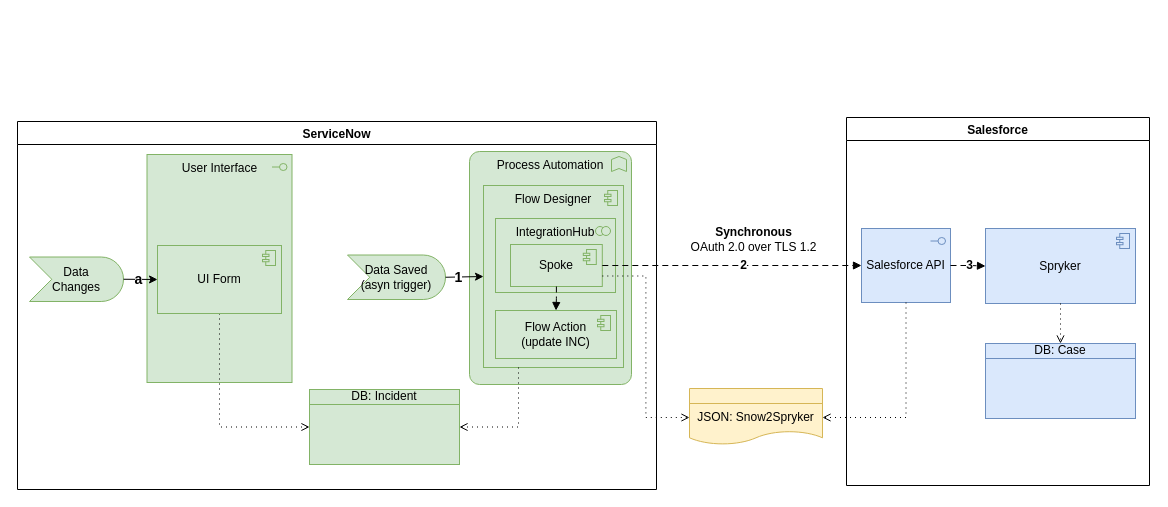
Before: page "CreateCase" (1 of 3) of SNowSprykerRequest.drawio in algimas/tmp, a draw.io diagram. Source tidied: cells renumbered, new cells numbered last; positions are measured from the earlier drawing's top-left corner, leaving out a move shared by most shapes. Both pictures are drawn from the tidied source at 100%, with x=0, y=0 at pixel (17, 117).
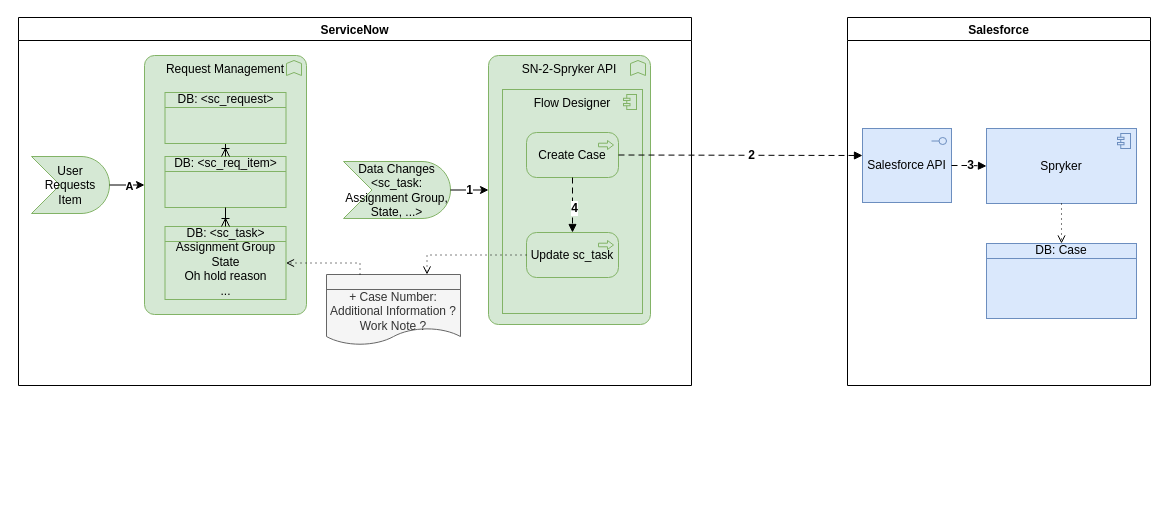
Above is the later version.

The change refers to these unchanged cells:
```xml
<mxCell id="4" value="Salesforce API" style="html=1;outlineConnect=0;whiteSpace=wrap;fillColor=#dae8fc;shape=mxgraph.archimate3.application;appType=interface;archiType=square;strokeColor=#6c8ebf;" parent="2" vertex="1">
  <mxGeometry x="15" y="111" width="89" height="74" as="geometry" />
</mxCell>
```

Diff of the diagram source:
```diff
@@
     <mxCell id="2" value="Salesforce" style="swimlane;" parent="1" vertex="1">
-      <mxGeometry x="829" width="303" height="368" as="geometry" />
+      <mxGeometry x="830" y="-100" width="303" height="368" as="geometry" />
     </mxCell>
@@
     <mxCell id="9" value="ServiceNow" style="swimlane;" parent="1" vertex="1">
-      <mxGeometry y="4" width="639" height="368" as="geometry" />
+      <mxGeometry x="1" y="-100" width="673" height="368" as="geometry" />
     </mxCell>
-    <mxCell id="10" value="DB: Incident" style="html=1;outlineConnect=0;whiteSpace=wrap;fillColor=#d5e8d4;shape=mxgraph.archimate3.businessObject;overflow=fill;strokeColor=#82b366;" parent="9" vertex="1">
-      <mxGeometry x="292" y="268" width="150" height="75" as="geometry" />
-    </mxCell>
-    <mxCell id="11" value="User Interface" style="html=1;whiteSpace=wrap;fillColor=#d5e8d4;shape=mxgraph.archimate3.application;appType=interface;archiType=square;strokeColor=#82b366;verticalAlign=top;" parent="9" vertex="1">
-      <mxGeometry x="129.5" y="33" width="145" height="228" as="geometry" />
-    </mxCell>
-    <mxCell id="12" value="&lt;div&gt;Data &lt;br&gt;&lt;/div&gt;&lt;div&gt;Changes&lt;/div&gt;" style="html=1;outlineConnect=0;whiteSpace=wrap;fillColor=#d5e8d4;shape=mxgraph.archimate3.event;strokeColor=#82b366;" parent="9" vertex="1">
-      <mxGeometry x="12" y="135.5" width="94" height="44.5" as="geometry" />
-    </mxCell>
-    <mxCell id="13" style="edgeStyle=none;rounded=0;jettySize=auto;html=1;fillColor=#80b6a1;entryX=0;entryY=0.5;entryDx=0;entryDy=0;entryPerimeter=0;exitX=1;exitY=0.5;exitDx=0;exitDy=0;exitPerimeter=0;" parent="9" edge="1" source="12" target="16">
-      <mxGeometry relative="1" as="geometry" />
-    </mxCell>
-    <mxCell id="14" value="&lt;font style=&quot;font-size: 14px&quot;&gt;&lt;b&gt;a&lt;/b&gt;&lt;/font&gt;" style="edgeLabel;html=1;align=center;verticalAlign=middle;fillColor=#80b6a1;" parent="13" vertex="1">
-      <mxGeometry x="0.14" relative="1" as="geometry">
-        <mxPoint x="-4" as="offset" />
-      </mxGeometry>
-    </mxCell>
-    <mxCell id="15" style="edgeStyle=orthogonalEdgeStyle;html=1;endArrow=open;elbow=vertical;endFill=0;dashed=1;dashPattern=1 4;rounded=0;exitX=0.5;exitY=1;exitDx=0;exitDy=0;exitPerimeter=0;entryX=0;entryY=0.5;entryDx=0;entryDy=0;entryPerimeter=0;fillColor=#80b6a1;" parent="9" edge="1" source="16" target="10">
-      <mxGeometry relative="1" as="geometry" />
-    </mxCell>
-    <mxCell id="16" value="UI Form" style="html=1;outlineConnect=0;whiteSpace=wrap;fillColor=#d5e8d4;shape=mxgraph.archimate3.application;appType=comp;archiType=square;verticalAlign=middle;strokeColor=#82b366;" parent="9" vertex="1">
-      <mxGeometry x="140" y="124" width="124" height="68" as="geometry" />
-    </mxCell>
-    <mxCell id="17" value="&lt;div&gt;Data Saved&lt;br&gt;&lt;/div&gt;&lt;div&gt;(asyn trigger)&lt;br&gt;&lt;/div&gt;" style="html=1;outlineConnect=0;whiteSpace=wrap;fillColor=#d5e8d4;shape=mxgraph.archimate3.event;strokeColor=#82b366;" parent="9" vertex="1">
-      <mxGeometry x="330" y="133.5" width="98" height="44.5" as="geometry" />
-    </mxCell>
-    <mxCell id="18" value="&lt;div style=&quot;font-size: 12px;&quot;&gt;JSON: Snow2Spryker&lt;/div&gt;" style="html=1;outlineConnect=0;whiteSpace=wrap;fillColor=#fff2cc;shape=mxgraph.archimate3.representation;fontSize=12;align=center;strokeColor=#d6b656;" parent="1" vertex="1">
-      <mxGeometry x="672" y="271" width="133" height="58" as="geometry" />
-    </mxCell>
-    <mxCell id="19" style="edgeStyle=orthogonalEdgeStyle;html=1;endArrow=open;elbow=vertical;endFill=0;dashed=1;dashPattern=1 4;rounded=0;exitX=0.5;exitY=1;exitDx=0;exitDy=0;exitPerimeter=0;entryX=1;entryY=0.5;entryDx=0;entryDy=0;entryPerimeter=0;fillColor=#80b6a1;" parent="1" edge="1" source="4" target="18">
-      <mxGeometry relative="1" as="geometry" />
-    </mxCell>
-    <mxCell id="20" value="&lt;div&gt;&lt;b&gt;Synchronous&lt;/b&gt;&lt;/div&gt;&lt;div&gt;OAuth 2.0 over TLS 1.2&lt;/div&gt;" style="text;html=1;align=center;verticalAlign=middle;strokeColor=none;fillColor=none;" parent="1" vertex="1">
-      <mxGeometry x="668" y="106" width="136" height="32" as="geometry" />
-    </mxCell>
-    <mxCell id="21" value="&lt;span id=&quot;hs_cos_wrapper_post_body&quot; class=&quot;hs_cos_wrapper hs_cos_wrapper_meta_field hs_cos_wrapper_type_rich_text&quot;&gt;Process Automation&lt;/span&gt;" style="html=1;whiteSpace=wrap;fillColor=#d5e8d4;shape=mxgraph.archimate3.application;appType=func;archiType=rounded;strokeColor=#82b366;verticalAlign=top;" parent="1" vertex="1">
-      <mxGeometry x="452" y="34" width="162" height="233" as="geometry" />
-    </mxCell>
+    <mxCell id="33" value="&lt;div&gt;+ Case Number:&lt;/div&gt;&lt;div&gt;Additional Information ?&lt;/div&gt;&lt;div&gt;Work Note ?&lt;br&gt; &lt;/div&gt;" style="html=1;outlineConnect=0;whiteSpace=wrap;fillColor=#f5f5f5;shape=mxgraph.archimate3.representation;fontSize=12;align=center;strokeColor=#666666;fontColor=#333333;" parent="9" vertex="1">
+      <mxGeometry x="308" y="257" width="134" height="73" as="geometry" />
+    </mxCell>
+    <mxCell id="34" value="User Requests Item" style="html=1;outlineConnect=0;whiteSpace=wrap;fillColor=#d5e8d4;shape=mxgraph.archimate3.event;strokeColor=#82b366;" parent="9" vertex="1">
+      <mxGeometry x="13" y="139" width="78" height="57" as="geometry" />
+    </mxCell>
+    <mxCell id="35" value="Request Management" style="html=1;outlineConnect=0;whiteSpace=wrap;fillColor=#d5e8d4;shape=mxgraph.archimate3.application;appType=func;archiType=rounded;strokeColor=#82b366;verticalAlign=top;" parent="9" vertex="1">
+      <mxGeometry x="126" y="38" width="162" height="259" as="geometry" />
+    </mxCell>
+    <mxCell id="36" value="DB: &amp;lt;sc_req_item&amp;gt;" style="html=1;outlineConnect=0;whiteSpace=wrap;fillColor=#d5e8d4;shape=mxgraph.archimate3.businessObject;overflow=fill;strokeColor=#82b366;" parent="9" vertex="1">
+      <mxGeometry x="146.5" y="139" width="121" height="51" as="geometry" />
+    </mxCell>
+    <mxCell id="37" value="&lt;div&gt;DB: &amp;lt;sc_task&amp;gt;&lt;br&gt;&lt;/div&gt;&lt;div&gt;Assignment Group&lt;/div&gt;&lt;div&gt;State&lt;/div&gt;&lt;div&gt;Oh hold reason&lt;/div&gt;&lt;div&gt;...&lt;br&gt;&lt;/div&gt;" style="html=1;outlineConnect=0;whiteSpace=wrap;fillColor=#d5e8d4;shape=mxgraph.archimate3.businessObject;overflow=fill;strokeColor=#82b366;" parent="9" vertex="1">
+      <mxGeometry x="146.5" y="209" width="121" height="73" as="geometry" />
+    </mxCell>
+    <mxCell id="38" style="fontSize=12;html=1;endArrow=ERoneToMany;rounded=0;exitX=0.5;exitY=1;exitDx=0;exitDy=0;exitPerimeter=0;entryX=0.5;entryY=0;entryDx=0;entryDy=0;entryPerimeter=0;" parent="9" edge="1" source="36" target="37">
+      <mxGeometry relative="1" as="geometry" />
+    </mxCell>
+    <mxCell id="39" value="Data Changes &amp;lt;sc_task: Assignment Group, State, ...&amp;gt;" style="html=1;outlineConnect=0;whiteSpace=wrap;fillColor=#d5e8d4;shape=mxgraph.archimate3.event;strokeColor=#82b366;" parent="9" vertex="1">
+      <mxGeometry x="325" y="144" width="107" height="57" as="geometry" />
+    </mxCell>
+    <mxCell id="40" value="SN-2-Spryker API" style="html=1;outlineConnect=0;whiteSpace=wrap;fillColor=#d5e8d4;shape=mxgraph.archimate3.application;appType=func;archiType=rounded;strokeColor=#82b366;verticalAlign=top;" parent="9" vertex="1">
+      <mxGeometry x="470" y="38" width="162" height="269" as="geometry" />
+    </mxCell>
-    <mxCell id="22" value="Flow Designer" style="html=1;outlineConnect=0;whiteSpace=wrap;fillColor=#d5e8d4;shape=mxgraph.archimate3.application;appType=comp;archiType=square;verticalAlign=top;strokeColor=#82b366;" parent="1" vertex="1">
-      <mxGeometry x="466" y="68" width="140" height="182" as="geometry" />
+    <mxCell id="22" value="Flow Designer" style="html=1;outlineConnect=0;whiteSpace=wrap;fillColor=#d5e8d4;shape=mxgraph.archimate3.application;appType=comp;archiType=square;verticalAlign=top;strokeColor=#82b366;" parent="9" vertex="1">
+      <mxGeometry x="484" y="72" width="140" height="224" as="geometry" />
     </mxCell>
-    <mxCell id="23" value="IntegrationHub" style="html=1;whiteSpace=wrap;fillColor=#d5e8d4;shape=mxgraph.archimate3.application;appType=collab;archiType=square;verticalAlign=top;strokeColor=#82b366;" parent="1" vertex="1">
-      <mxGeometry x="478" y="101" width="120" height="74" as="geometry" />
-    </mxCell>
-    <mxCell id="24" value="Spoke" style="html=1;outlineConnect=0;whiteSpace=wrap;fillColor=#d5e8d4;shape=mxgraph.archimate3.application;appType=comp;archiType=square;verticalAlign=middle;strokeColor=#82b366;" parent="1" vertex="1">
-      <mxGeometry x="493" y="127" width="91.8" height="42" as="geometry" />
-    </mxCell>
+    <mxCell id="41" style="fontSize=12;html=1;endArrow=ERoneToMany;rounded=0;exitX=0.5;exitY=1;exitDx=0;exitDy=0;exitPerimeter=0;" parent="9" edge="1" source="42" target="36">
+      <mxGeometry relative="1" as="geometry" />
+    </mxCell>
+    <mxCell id="42" value="DB: &amp;lt;sc_request&amp;gt;" style="html=1;outlineConnect=0;whiteSpace=wrap;fillColor=#d5e8d4;shape=mxgraph.archimate3.businessObject;overflow=fill;strokeColor=#82b366;" parent="9" vertex="1">
+      <mxGeometry x="146.5" y="75" width="121" height="51" as="geometry" />
+    </mxCell>
+    <mxCell id="43" style="edgeStyle=none;rounded=0;jettySize=auto;html=1;" parent="9" edge="1" source="34" target="35">
+      <mxGeometry relative="1" as="geometry" />
+    </mxCell>
+    <mxCell id="44" value="&lt;b&gt;A&lt;/b&gt;" style="edgeLabel;html=1;align=center;verticalAlign=middle;" parent="43" vertex="1">
+      <mxGeometry x="0.09" y="-1" relative="1" as="geometry" />
+    </mxCell>
+    <mxCell id="45" value="Create Case" style="html=1;outlineConnect=0;whiteSpace=wrap;fillColor=#d5e8d4;shape=mxgraph.archimate3.application;appType=proc;archiType=rounded;strokeColor=#82b366;" parent="9" vertex="1">
+      <mxGeometry x="508" y="115" width="92" height="45" as="geometry" />
+    </mxCell>
+    <mxCell id="46" value="Update sc_task" style="html=1;outlineConnect=0;whiteSpace=wrap;fillColor=#d5e8d4;shape=mxgraph.archimate3.application;appType=proc;archiType=rounded;strokeColor=#82b366;" parent="9" vertex="1">
+      <mxGeometry x="508" y="215" width="92" height="45" as="geometry" />
+    </mxCell>
-    <mxCell id="25" style="edgeStyle=orthogonalEdgeStyle;html=1;endArrow=open;elbow=vertical;endFill=0;dashed=1;dashPattern=1 4;rounded=0;entryX=1;entryY=0.5;entryDx=0;entryDy=0;entryPerimeter=0;fillColor=#80b6a1;exitX=0.25;exitY=1;exitDx=0;exitDy=0;exitPerimeter=0;" parent="1" edge="1" source="22" target="10">
+    <mxCell id="25" style="edgeStyle=orthogonalEdgeStyle;html=1;endArrow=open;elbow=vertical;endFill=0;dashed=1;dashPattern=1 4;rounded=0;fillColor=#80b6a1;entryX=0.75;entryY=0;entryDx=0;entryDy=0;entryPerimeter=0;" parent="9" edge="1" source="46" target="33">
       <mxGeometry relative="1" as="geometry" />
     </mxCell>
-    <mxCell id="26" style="edgeStyle=none;rounded=0;jettySize=auto;html=1;fillColor=#80b6a1;entryX=0;entryY=0.5;entryDx=0;entryDy=0;entryPerimeter=0;exitX=1;exitY=0.5;exitDx=0;exitDy=0;exitPerimeter=0;" parent="1" edge="1" source="17" target="22">
-      <mxGeometry relative="1" as="geometry" />
-    </mxCell>
+    <mxCell id="47" style="edgeStyle=none;rounded=0;jettySize=auto;html=1;fontSize=6;" parent="9" edge="1" source="39" target="40">
+      <mxGeometry relative="1" as="geometry" />
+    </mxCell>
-    <mxCell id="27" value="&lt;font style=&quot;font-size: 14px&quot;&gt;&lt;b&gt;1&lt;/b&gt;&lt;/font&gt;" style="edgeLabel;html=1;align=center;verticalAlign=middle;fillColor=#80b6a1;" parent="26" vertex="1">
-      <mxGeometry x="0.14" relative="1" as="geometry">
-        <mxPoint x="-9" as="offset" />
+    <mxCell id="27" value="&lt;font style=&quot;font-size: 12px;&quot;&gt;&lt;b&gt;1&lt;/b&gt;&lt;/font&gt;" style="edgeLabel;html=1;align=center;verticalAlign=middle;fontSize=6;" parent="47" vertex="1">
+      <mxGeometry x="0.4" y="-1" relative="1" as="geometry">
+        <mxPoint x="-9" y="-1" as="offset" />
       </mxGeometry>
     </mxCell>
-    <mxCell id="28" value="&lt;div&gt;Flow Action&lt;/div&gt;&lt;div&gt;(update INC)&lt;br&gt;&lt;/div&gt;" style="html=1;outlineConnect=0;whiteSpace=wrap;fillColor=#d5e8d4;shape=mxgraph.archimate3.application;appType=comp;archiType=square;verticalAlign=middle;strokeColor=#82b366;" parent="1" vertex="1">
-      <mxGeometry x="478" y="193" width="121" height="48" as="geometry" />
-    </mxCell>
-    <mxCell id="29" style="edgeStyle=orthogonalEdgeStyle;html=1;endArrow=open;elbow=vertical;endFill=0;dashed=1;dashPattern=1 4;rounded=0;exitX=1;exitY=0.75;exitDx=0;exitDy=0;exitPerimeter=0;entryX=0;entryY=0.5;entryDx=0;entryDy=0;entryPerimeter=0;fillColor=#80b6a1;" parent="1" edge="1" source="24" target="18">
-      <mxGeometry relative="1" as="geometry" />
-    </mxCell>
-    <mxCell id="30" style="edgeStyle=elbowEdgeStyle;html=1;endArrow=block;dashed=1;elbow=vertical;endFill=1;dashPattern=6 4;rounded=0;entryX=0.5;entryY=0;entryDx=0;entryDy=0;entryPerimeter=0;" parent="1" edge="1" source="24" target="28">
-      <mxGeometry relative="1" as="geometry" />
-    </mxCell>
+    <mxCell id="48" style="edgeStyle=orthogonalEdgeStyle;html=1;endArrow=open;elbow=vertical;endFill=0;dashed=1;dashPattern=1 4;rounded=0;fillColor=#80b6a1;exitX=0.25;exitY=0;exitDx=0;exitDy=0;exitPerimeter=0;" parent="9" edge="1" source="33" target="37">
+      <mxGeometry relative="1" as="geometry" />
+    </mxCell>
+    <mxCell id="49" style="edgeStyle=elbowEdgeStyle;html=1;endArrow=block;dashed=1;elbow=vertical;endFill=1;dashPattern=6 4;rounded=0;fontSize=12;exitX=0.5;exitY=1;exitDx=0;exitDy=0;exitPerimeter=0;" parent="9" edge="1" source="45" target="46">
+      <mxGeometry relative="1" as="geometry" />
+    </mxCell>
+    <mxCell id="50" value="&lt;b&gt;4&lt;/b&gt;" style="edgeLabel;html=1;align=center;verticalAlign=middle;fontSize=12;" parent="49" vertex="1">
+      <mxGeometry x="0.09" y="1" relative="1" as="geometry" />
+    </mxCell>
-    <mxCell id="31" style="edgeStyle=elbowEdgeStyle;html=1;endArrow=block;dashed=1;elbow=vertical;endFill=1;dashPattern=6 4;rounded=0;fontSize=12;exitX=1;exitY=0.5;exitDx=0;exitDy=0;exitPerimeter=0;" parent="1" edge="1" source="24" target="4">
+    <mxCell id="31" style="edgeStyle=elbowEdgeStyle;html=1;endArrow=block;dashed=1;elbow=vertical;endFill=1;dashPattern=6 4;rounded=0;fontSize=12;exitX=1;exitY=0.5;exitDx=0;exitDy=0;exitPerimeter=0;" parent="1" edge="1" source="45" target="4">
       <mxGeometry relative="1" as="geometry" />
     </mxCell>
```
